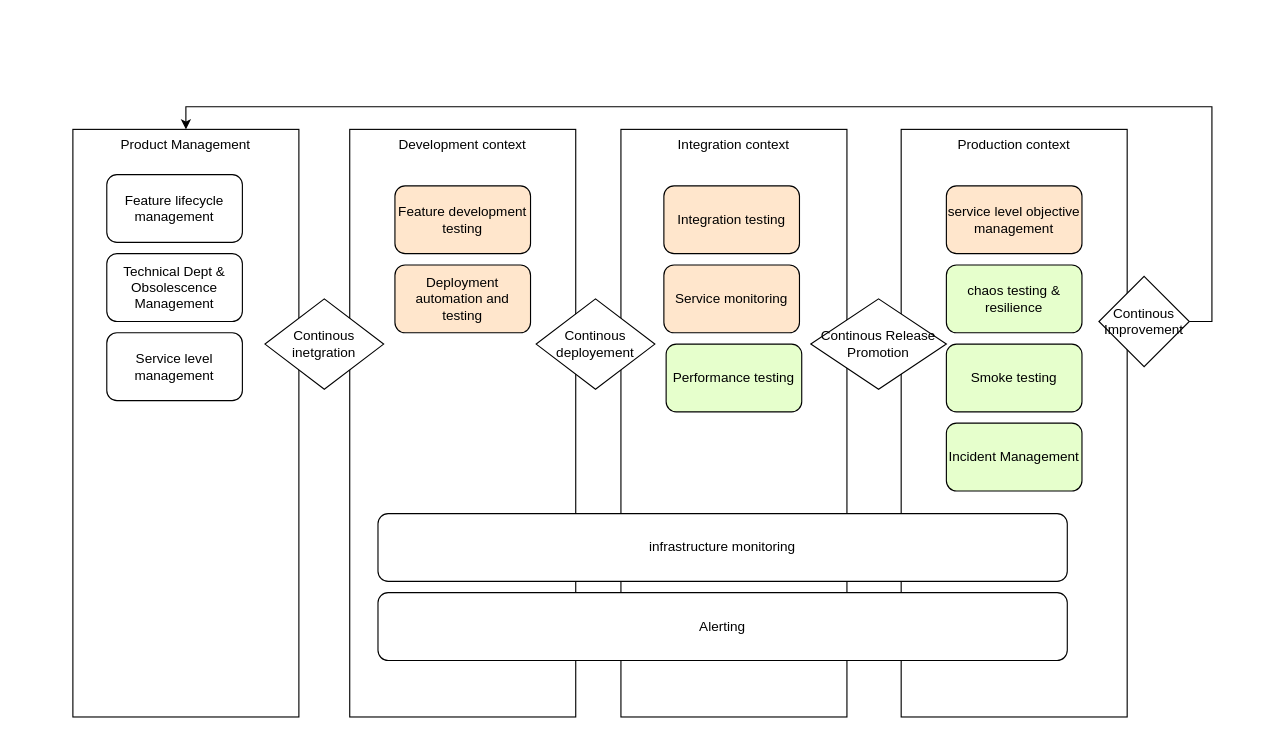
sebglon/monitoring_and_cd keeps this draw.io diagram as Untitled Diagram.drawio. Above is the earlier version. Source tidied: cells renumbered, new cells numbered last; positions are measured from the earlier drawing's top-left corner, leaving out a move shared by most shapes. Both pictures are drawn from the tidied source at 113%, with x=0, y=0 at pixel (72, 106).
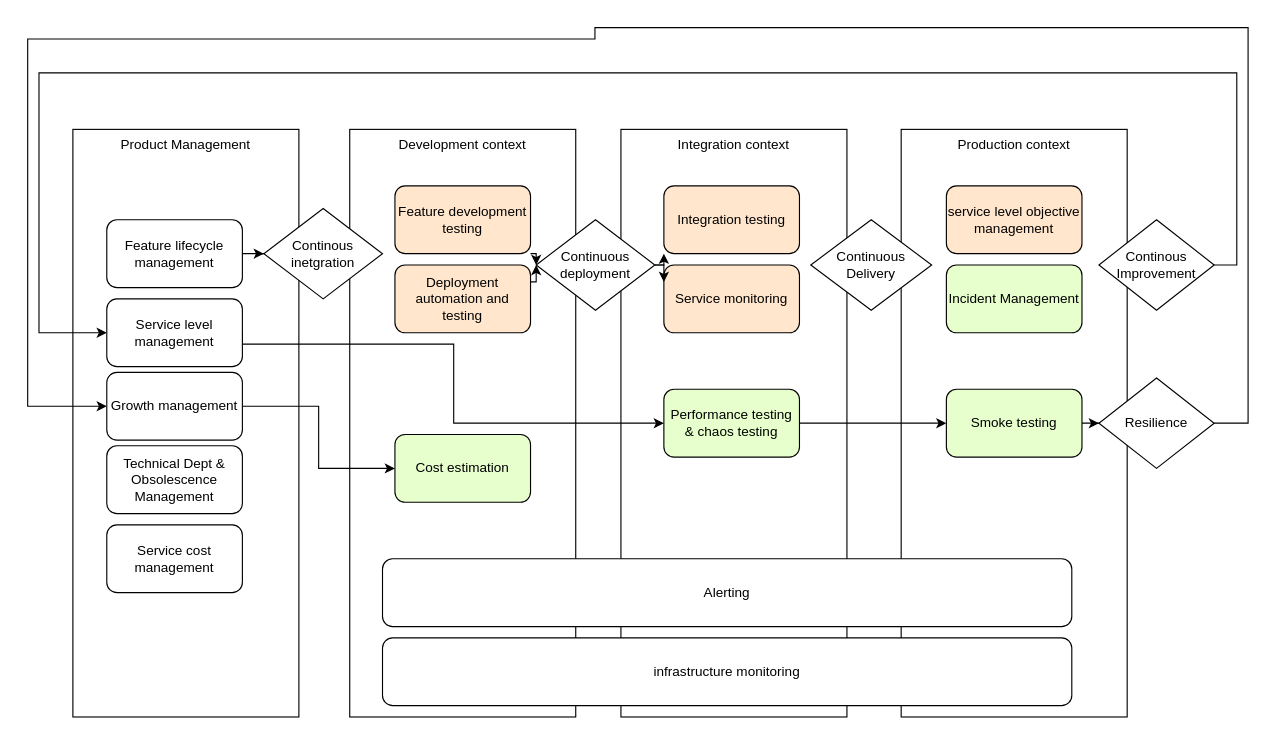
After the change.

Unchanged cells that the change refers to:
```xml
<mxCell id="2" value="Product Management" style="rounded=0;whiteSpace=wrap;html=1;verticalAlign=top;" parent="1" vertex="1">
  <mxGeometry y="20" width="200" height="520" as="geometry" />
</mxCell>
<mxCell id="6" value="Integration testing" style="rounded=1;whiteSpace=wrap;html=1;fillColor=#FFE6CC;" parent="1" vertex="1">
  <mxGeometry x="523" y="70" width="120" height="60" as="geometry" />
</mxCell>
<mxCell id="7" value="Service monitoring" style="rounded=1;whiteSpace=wrap;html=1;fillColor=#FFE6CC;" parent="1" vertex="1">
  <mxGeometry x="523" y="140" width="120" height="60" as="geometry" />
</mxCell>
<mxCell id="11" value="Feature development testing" style="rounded=1;whiteSpace=wrap;html=1;fillColor=#FFE6CC;" parent="1" vertex="1">
  <mxGeometry x="285" y="70" width="120" height="60" as="geometry" />
</mxCell>
<mxCell id="14" value="Deployment automation and testing" style="rounded=1;whiteSpace=wrap;html=1;fillColor=#FFE6CC;" parent="1" vertex="1">
  <mxGeometry x="285" y="140" width="120" height="60" as="geometry" />
</mxCell>
```

Diff of the diagram source:
```diff
@@
     <mxCell id="8" value="infrastructure monitoring" style="rounded=1;whiteSpace=wrap;html=1;" parent="1" vertex="1">
-      <mxGeometry x="270" y="360" width="610" height="60" as="geometry" />
+      <mxGeometry x="274" y="470" width="610" height="60" as="geometry" />
     </mxCell>
+    <mxCell id="25" style="edgeStyle=orthogonalEdgeStyle;rounded=0;jettySize=auto;html=1;exitX=1;exitY=0.5;exitDx=0;exitDy=0;entryX=0;entryY=0.5;entryDx=0;entryDy=0;" parent="1" edge="1" source="9" target="19">
+      <mxGeometry relative="1" as="geometry">
+        <Array as="points">
+          <mxPoint x="773" y="280" />
+        </Array>
+      </mxGeometry>
+    </mxCell>
-    <mxCell id="9" value="Performance testing" style="rounded=1;whiteSpace=wrap;html=1;fillColor=#E6FFCC;" parent="1" vertex="1">
-      <mxGeometry x="525" y="210" width="120" height="60" as="geometry" />
+    <mxCell id="9" value="Performance testing&lt;br&gt;&amp;amp; chaos testing" style="rounded=1;whiteSpace=wrap;html=1;fillColor=#E6FFCC;" parent="1" vertex="1">
+      <mxGeometry x="523" y="250" width="120" height="60" as="geometry" />
     </mxCell>
@@
+    <mxCell id="26" style="edgeStyle=orthogonalEdgeStyle;rounded=0;jettySize=auto;html=1;exitX=1;exitY=1;exitDx=0;exitDy=0;entryX=0;entryY=0.5;entryDx=0;entryDy=0;" parent="1" edge="1" source="11" target="12">
+      <mxGeometry relative="1" as="geometry" />
+    </mxCell>
@@
+    <mxCell id="27" style="edgeStyle=orthogonalEdgeStyle;rounded=0;jettySize=auto;html=1;exitX=1;exitY=0.5;exitDx=0;exitDy=0;entryX=0;entryY=1;entryDx=0;entryDy=0;" parent="1" edge="1" source="12" target="6">
+      <mxGeometry relative="1" as="geometry" />
+    </mxCell>
+    <mxCell id="28" style="edgeStyle=orthogonalEdgeStyle;rounded=0;jettySize=auto;html=1;exitX=1;exitY=0.5;exitDx=0;exitDy=0;entryX=0;entryY=0.25;entryDx=0;entryDy=0;" parent="1" edge="1" source="12" target="7">
+      <mxGeometry relative="1" as="geometry" />
+    </mxCell>
-    <mxCell id="12" value="&lt;span&gt;Continous deployement&lt;/span&gt;" style="rhombus;whiteSpace=wrap;html=1;" parent="1" vertex="1">
-      <mxGeometry x="410" y="170" width="105" height="80" as="geometry" />
+    <mxCell id="12" value="&lt;span&gt;Continuous deployment&lt;/span&gt;" style="rhombus;whiteSpace=wrap;html=1;" parent="1" vertex="1">
+      <mxGeometry x="410" y="100" width="105" height="80" as="geometry" />
     </mxCell>
-    <mxCell id="13" value="&lt;span&gt;Continous Release Promotion&lt;/span&gt;" style="rhombus;whiteSpace=wrap;html=1;" parent="1" vertex="1">
-      <mxGeometry x="653" y="170" width="120" height="80" as="geometry" />
+    <mxCell id="13" value="&lt;span&gt;Continuous &lt;br&gt;Delivery&lt;/span&gt;" style="rhombus;whiteSpace=wrap;html=1;" parent="1" vertex="1">
+      <mxGeometry x="653" y="100" width="107" height="80" as="geometry" />
     </mxCell>
+    <mxCell id="29" style="edgeStyle=orthogonalEdgeStyle;rounded=0;jettySize=auto;html=1;exitX=1;exitY=0.25;exitDx=0;exitDy=0;" parent="1" edge="1" source="14">
+      <mxGeometry relative="1" as="geometry">
+        <mxPoint x="410" y="140" as="targetPoint" />
+      </mxGeometry>
+    </mxCell>
@@
-    <mxCell id="15" value="chaos testing &amp;amp; resilience" style="rounded=1;whiteSpace=wrap;html=1;fillColor=#E6FFCC;" parent="1" vertex="1">
-      <mxGeometry x="773" y="140" width="120" height="60" as="geometry" />
-    </mxCell>
-    <mxCell id="16" style="edgeStyle=orthogonalEdgeStyle;rounded=0;jettySize=auto;html=1;exitX=1;exitY=0.5;exitDx=0;exitDy=0;entryX=0.5;entryY=0;entryDx=0;entryDy=0;" parent="1" edge="1" source="17" target="2">
-      <mxGeometry relative="1" as="geometry">
-        <Array as="points">
-          <mxPoint x="1008" y="190" />
-          <mxPoint x="1008" />
-          <mxPoint x="100" />
-        </Array>
-      </mxGeometry>
-    </mxCell>
+    <mxCell id="30" style="edgeStyle=orthogonalEdgeStyle;rounded=0;jettySize=auto;html=1;exitX=1;exitY=0.5;exitDx=0;exitDy=0;entryX=0;entryY=0.5;entryDx=0;entryDy=0;" parent="1" edge="1" source="17" target="24">
+      <mxGeometry relative="1" as="geometry">
+        <Array as="points">
+          <mxPoint x="1030" y="140" />
+          <mxPoint x="1030" y="-30" />
+          <mxPoint x="-30" y="-30" />
+          <mxPoint x="-30" y="200" />
+        </Array>
+      </mxGeometry>
+    </mxCell>
     <mxCell id="17" value="&lt;span&gt;Continous Improvement&lt;/span&gt;" style="rhombus;whiteSpace=wrap;html=1;" parent="1" vertex="1">
-      <mxGeometry x="908" y="150" width="80" height="80" as="geometry" />
+      <mxGeometry x="908" y="100" width="102" height="80" as="geometry" />
     </mxCell>
     <mxCell id="18" value="&lt;span&gt;Continous&lt;/span&gt;&lt;span&gt;&lt;br&gt;inetgration&lt;/span&gt;" style="rhombus;whiteSpace=wrap;html=1;" parent="1" vertex="1">
-      <mxGeometry x="170" y="170" width="105" height="80" as="geometry" />
+      <mxGeometry x="169" y="90" width="105" height="80" as="geometry" />
     </mxCell>
+    <mxCell id="31" style="edgeStyle=orthogonalEdgeStyle;rounded=0;jettySize=auto;html=1;exitX=1;exitY=0.5;exitDx=0;exitDy=0;entryX=0;entryY=0.5;entryDx=0;entryDy=0;" parent="1" edge="1" source="39" target="38">
+      <mxGeometry relative="1" as="geometry">
+        <Array as="points">
+          <mxPoint x="1040" y="280" />
+          <mxPoint x="1040" y="-70" />
+          <mxPoint x="462" y="-70" />
+          <mxPoint x="462" y="-60" />
+          <mxPoint x="-40" y="-60" />
+          <mxPoint x="-40" y="265" />
+        </Array>
+      </mxGeometry>
+    </mxCell>
+    <mxCell id="32" style="edgeStyle=orthogonalEdgeStyle;rounded=0;jettySize=auto;html=1;exitX=1;exitY=0.5;exitDx=0;exitDy=0;" parent="1" edge="1" source="19" target="39">
+      <mxGeometry relative="1" as="geometry" />
+    </mxCell>
     <mxCell id="19" value="Smoke testing" style="rounded=1;whiteSpace=wrap;html=1;fillColor=#E6FFCC;" parent="1" vertex="1">
-      <mxGeometry x="773" y="210" width="120" height="60" as="geometry" />
+      <mxGeometry x="773" y="250" width="120" height="60" as="geometry" />
     </mxCell>
     <mxCell id="20" value="Incident Management" style="rounded=1;whiteSpace=wrap;html=1;fillColor=#E6FFCC;" parent="1" vertex="1">
-      <mxGeometry x="773" y="280" width="120" height="60" as="geometry" />
+      <mxGeometry x="773" y="140" width="120" height="60" as="geometry" />
     </mxCell>
     <mxCell id="21" value="Alerting" style="rounded=1;whiteSpace=wrap;html=1;" parent="1" vertex="1">
-      <mxGeometry x="270" y="430" width="610" height="60" as="geometry" />
+      <mxGeometry x="274" y="400" width="610" height="60" as="geometry" />
     </mxCell>
     <mxCell id="22" value="Technical Dept &amp;amp; Obsolescence Management" style="rounded=1;whiteSpace=wrap;html=1;" parent="1" vertex="1">
-      <mxGeometry x="30" y="130" width="120" height="60" as="geometry" />
+      <mxGeometry x="30" y="300" width="120" height="60" as="geometry" />
     </mxCell>
+    <mxCell id="33" style="edgeStyle=orthogonalEdgeStyle;rounded=0;jettySize=auto;html=1;exitX=1;exitY=0.5;exitDx=0;exitDy=0;" parent="1" edge="1" source="23" target="18">
+      <mxGeometry relative="1" as="geometry" />
+    </mxCell>
     <mxCell id="23" value="Feature lifecycle management" style="rounded=1;whiteSpace=wrap;html=1;" parent="1" vertex="1">
-      <mxGeometry x="30" y="60" width="120" height="60" as="geometry" />
+      <mxGeometry x="30" y="100" width="120" height="60" as="geometry" />
     </mxCell>
+    <mxCell id="34" style="edgeStyle=orthogonalEdgeStyle;rounded=0;jettySize=auto;html=1;exitX=1;exitY=0.5;exitDx=0;exitDy=0;entryX=0;entryY=0.5;entryDx=0;entryDy=0;" parent="1" edge="1" source="24" target="9">
+      <mxGeometry relative="1" as="geometry">
+        <Array as="points">
+          <mxPoint x="150" y="210" />
+          <mxPoint x="337" y="210" />
+          <mxPoint x="337" y="280" />
+        </Array>
+      </mxGeometry>
+    </mxCell>
     <mxCell id="24" value="Service level management" style="rounded=1;whiteSpace=wrap;html=1;" parent="1" vertex="1">
-      <mxGeometry x="30" y="200" width="120" height="60" as="geometry" />
+      <mxGeometry x="30" y="170" width="120" height="60" as="geometry" />
     </mxCell>
+    <mxCell id="35" value="Cost estimation" style="rounded=1;whiteSpace=wrap;html=1;fillColor=#E6FFCC;" parent="1" vertex="1">
+      <mxGeometry x="285" y="290" width="120" height="60" as="geometry" />
+    </mxCell>
+    <mxCell id="36" value="Service cost management" style="rounded=1;whiteSpace=wrap;html=1;" parent="1" vertex="1">
+      <mxGeometry x="30" y="370" width="120" height="60" as="geometry" />
+    </mxCell>
+    <mxCell id="37" style="edgeStyle=orthogonalEdgeStyle;rounded=0;jettySize=auto;html=1;exitX=1;exitY=0.5;exitDx=0;exitDy=0;entryX=0;entryY=0.5;entryDx=0;entryDy=0;" parent="1" edge="1" source="38" target="35">
+      <mxGeometry relative="1" as="geometry" />
+    </mxCell>
+    <mxCell id="38" value="Growth management" style="rounded=1;whiteSpace=wrap;html=1;" parent="1" vertex="1">
+      <mxGeometry x="30" y="235" width="120" height="60" as="geometry" />
+    </mxCell>
+    <mxCell id="39" value="&lt;span&gt;Resilience&lt;/span&gt;" style="rhombus;whiteSpace=wrap;html=1;" parent="1" vertex="1">
+      <mxGeometry x="908" y="240" width="102" height="80" as="geometry" />
+    </mxCell>
```
